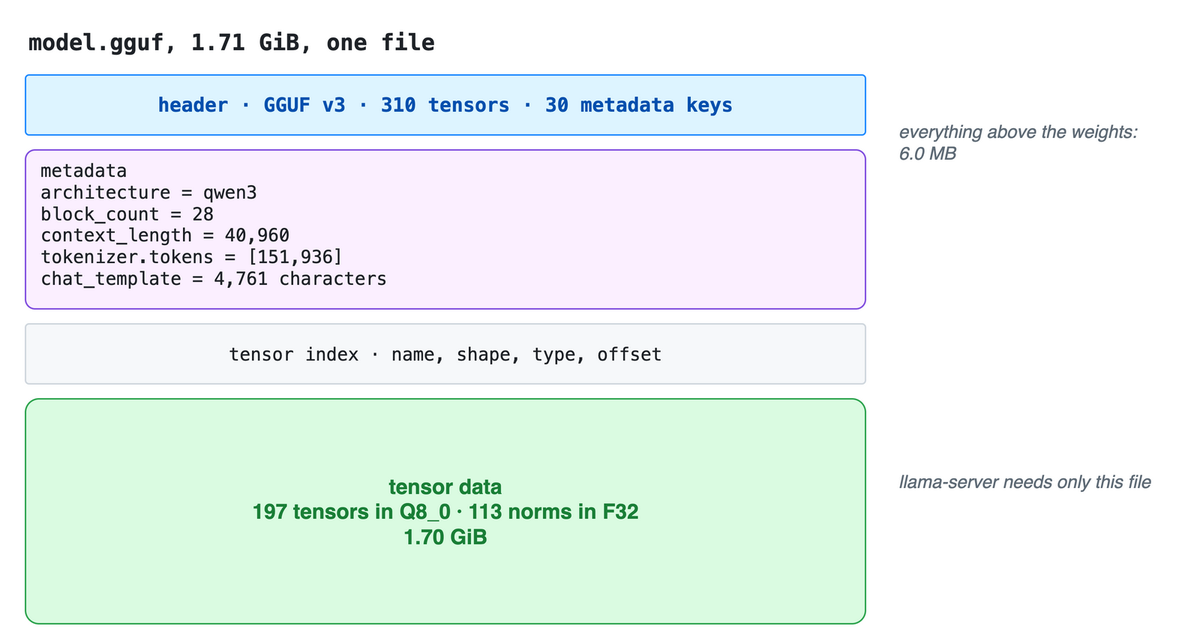
Above: diagrams/gguf.drawio.png in jcanizalez/k8s-alert-triage (draw.io), before the change. Source tidied: cells renumbered, new cells last; positions are measured from the earlier drawing's top-left corner, leaving out a move shared by most shapes.
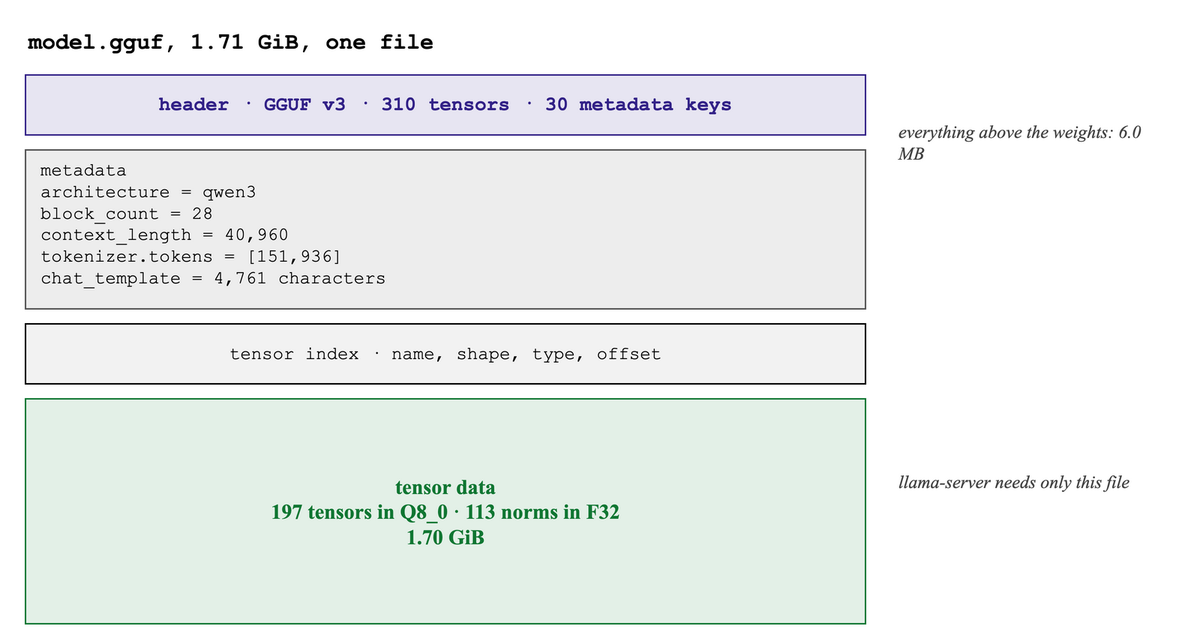
Above is the later version.

Commit message:
Draw the figures in a plainer print style: serif type, square corners, thin lines, muted palette

What changed in the source:
```diff
@@ -2,25 +2,25 @@
   <root>
     <mxCell id="0" />
     <mxCell id="1" parent="0" />
-    <mxCell id="2" value="model.gguf, 1.71 GiB, one file" style="text;html=1;whiteSpace=wrap;fontColor=#1F2328;fontSize=15;fontStyle=1;align=left;verticalAlign=middle;fontFamily=Menlo;" parent="1" vertex="1">
+    <mxCell id="2" value="model.gguf, 1.71 GiB, one file" style="text;html=1;whiteSpace=wrap;fontColor=#000000;fontSize=15;fontStyle=1;align=left;verticalAlign=middle;fontFamily=Courier New;" parent="1" vertex="1">
       <mxGeometry width="760" height="24" as="geometry" />
     </mxCell>
-    <mxCell id="3" value="header · GGUF v3 · 310 tensors · 30 metadata keys" style="rounded=1;arcSize=6;whiteSpace=wrap;html=1;fillColor=#DDF4FF;strokeColor=#218BFF;fontColor=#0550AE;fontSize=13;fontStyle=1;align=center;verticalAlign=middle;spacingLeft=8;spacingRight=8;fontFamily=Menlo;" parent="1" vertex="1">
+    <mxCell id="3" value="header · GGUF v3 · 310 tensors · 30 metadata keys" style="rounded=0;arcSize=6;whiteSpace=wrap;html=1;fillColor=#E7E5F2;strokeColor=#332288;strokeWidth=1;fontColor=#332288;fontSize=13;fontStyle=1;align=center;verticalAlign=middle;spacingLeft=8;spacingRight=8;fontFamily=Courier New;" parent="1" vertex="1">
       <mxGeometry y="34" width="560" height="40" as="geometry" />
     </mxCell>
-    <mxCell id="4" value="metadata&lt;br&gt;architecture = qwen3&lt;br&gt;block_count = 28&lt;br&gt;context_length = 40,960&lt;br&gt;tokenizer.tokens = [151,936]&lt;br&gt;chat_template = 4,761 characters" style="rounded=1;arcSize=6;whiteSpace=wrap;html=1;fillColor=#FBEFFF;strokeColor=#8250DF;fontColor=#1F2328;fontSize=12;fontStyle=0;align=left;verticalAlign=top;spacingLeft=8;spacingRight=8;fontFamily=Menlo;" parent="1" vertex="1">
+    <mxCell id="4" value="metadata&lt;br&gt;architecture = qwen3&lt;br&gt;block_count = 28&lt;br&gt;context_length = 40,960&lt;br&gt;tokenizer.tokens = [151,936]&lt;br&gt;chat_template = 4,761 characters" style="rounded=0;arcSize=6;whiteSpace=wrap;html=1;fillColor=#EDEDED;strokeColor=#555555;strokeWidth=1;fontColor=#000000;fontSize=12;fontStyle=0;align=left;verticalAlign=top;spacingLeft=8;spacingRight=8;fontFamily=Courier New;" parent="1" vertex="1">
       <mxGeometry y="84" width="560" height="106" as="geometry" />
     </mxCell>
-    <mxCell id="5" value="tensor index · name, shape, type, offset" style="rounded=1;arcSize=6;whiteSpace=wrap;html=1;fillColor=#F6F8FA;strokeColor=#D0D7DE;fontColor=#1F2328;fontSize=12;fontStyle=0;align=center;verticalAlign=middle;spacingLeft=8;spacingRight=8;fontFamily=Menlo;" parent="1" vertex="1">
+    <mxCell id="5" value="tensor index · name, shape, type, offset" style="rounded=0;arcSize=6;whiteSpace=wrap;html=1;fillColor=#F2F2F2;strokeColor=#000000;strokeWidth=1;fontColor=#000000;fontSize=12;fontStyle=0;align=center;verticalAlign=middle;spacingLeft=8;spacingRight=8;fontFamily=Courier New;" parent="1" vertex="1">
       <mxGeometry y="200" width="560" height="40" as="geometry" />
     </mxCell>
-    <mxCell id="6" value="tensor data&lt;br&gt;197 tensors in Q8_0 · 113 norms in F32&lt;br&gt;1.70 GiB" style="rounded=1;arcSize=6;whiteSpace=wrap;html=1;fillColor=#DAFBE1;strokeColor=#2DA44E;fontColor=#1A7F37;fontSize=14;fontStyle=1;align=center;verticalAlign=middle;spacingLeft=8;spacingRight=8;fontFamily=Helvetica;" parent="1" vertex="1">
+    <mxCell id="6" value="tensor data&lt;br&gt;197 tensors in Q8_0 · 113 norms in F32&lt;br&gt;1.70 GiB" style="rounded=0;arcSize=6;whiteSpace=wrap;html=1;fillColor=#E3F0E7;strokeColor=#117733;strokeWidth=1;fontColor=#117733;fontSize=14;fontStyle=1;align=center;verticalAlign=middle;spacingLeft=8;spacingRight=8;fontFamily=Times New Roman;" parent="1" vertex="1">
       <mxGeometry y="250" width="560" height="150" as="geometry" />
     </mxCell>
-    <mxCell id="7" value="everything above the weights: 6.0 MB" style="text;html=1;whiteSpace=wrap;fontColor=#5F6B76;fontSize=12;fontStyle=2;align=left;verticalAlign=middle;fontFamily=Helvetica;" parent="1" vertex="1">
+    <mxCell id="7" value="everything above the weights: 6.0 MB" style="text;html=1;whiteSpace=wrap;fontColor=#444444;fontSize=12;fontStyle=2;align=left;verticalAlign=middle;fontFamily=Times New Roman;" parent="1" vertex="1">
       <mxGeometry x="580" y="34" width="180" height="90" as="geometry" />
     </mxCell>
-    <mxCell id="8" value="llama-server needs only this file" style="text;html=1;whiteSpace=wrap;fontColor=#5F6B76;fontSize=12;fontStyle=2;align=left;verticalAlign=middle;fontFamily=Helvetica;" parent="1" vertex="1">
+    <mxCell id="8" value="llama-server needs only this file" style="text;html=1;whiteSpace=wrap;fontColor=#444444;fontSize=12;fontStyle=2;align=left;verticalAlign=middle;fontFamily=Times New Roman;" parent="1" vertex="1">
       <mxGeometry x="580" y="260" width="180" height="90" as="geometry" />
     </mxCell>
   </root>
```
